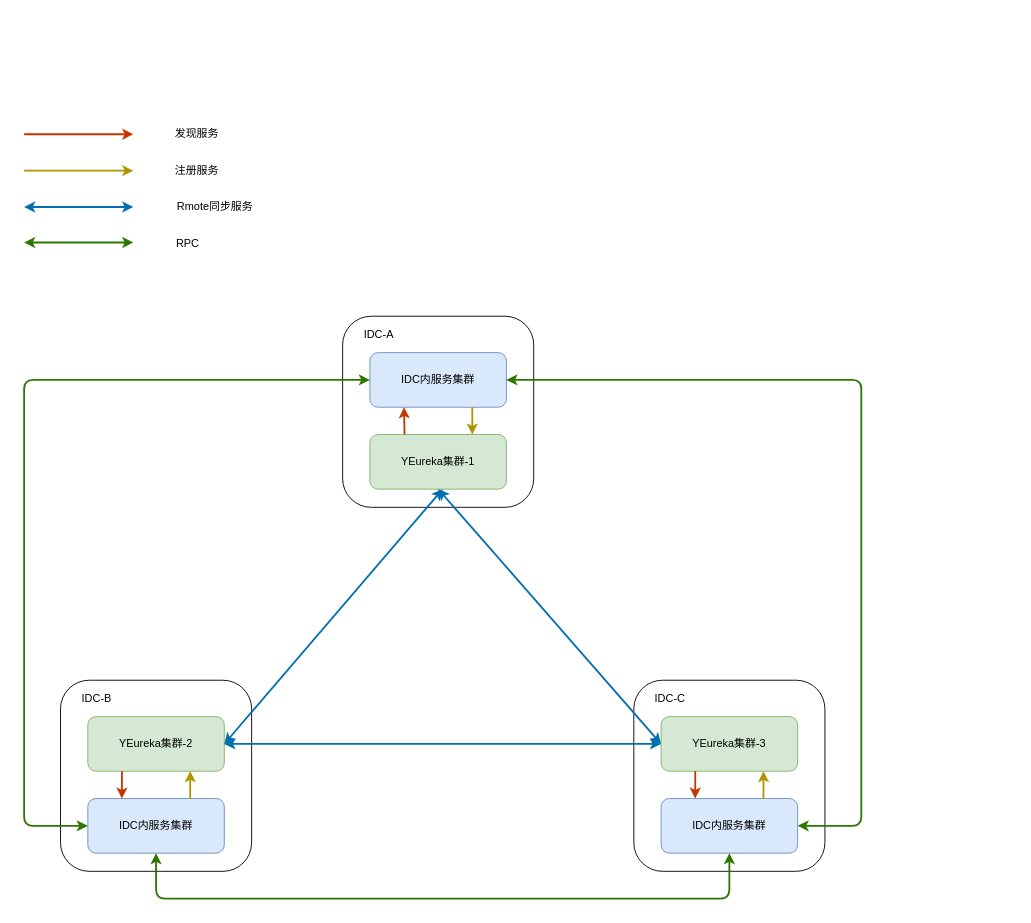
The draw.io diagram 发现服务去中心化拓扑图.drawio in Gred01/study, before the edit. Source tidied: cells renumbered, new cells numbered last; positions are measured from the earlier drawing's top-left corner, leaving out a move shared by most shapes. Both pictures are drawn from the tidied source at 91%, with x=0, y=0 at pixel (24, 125).
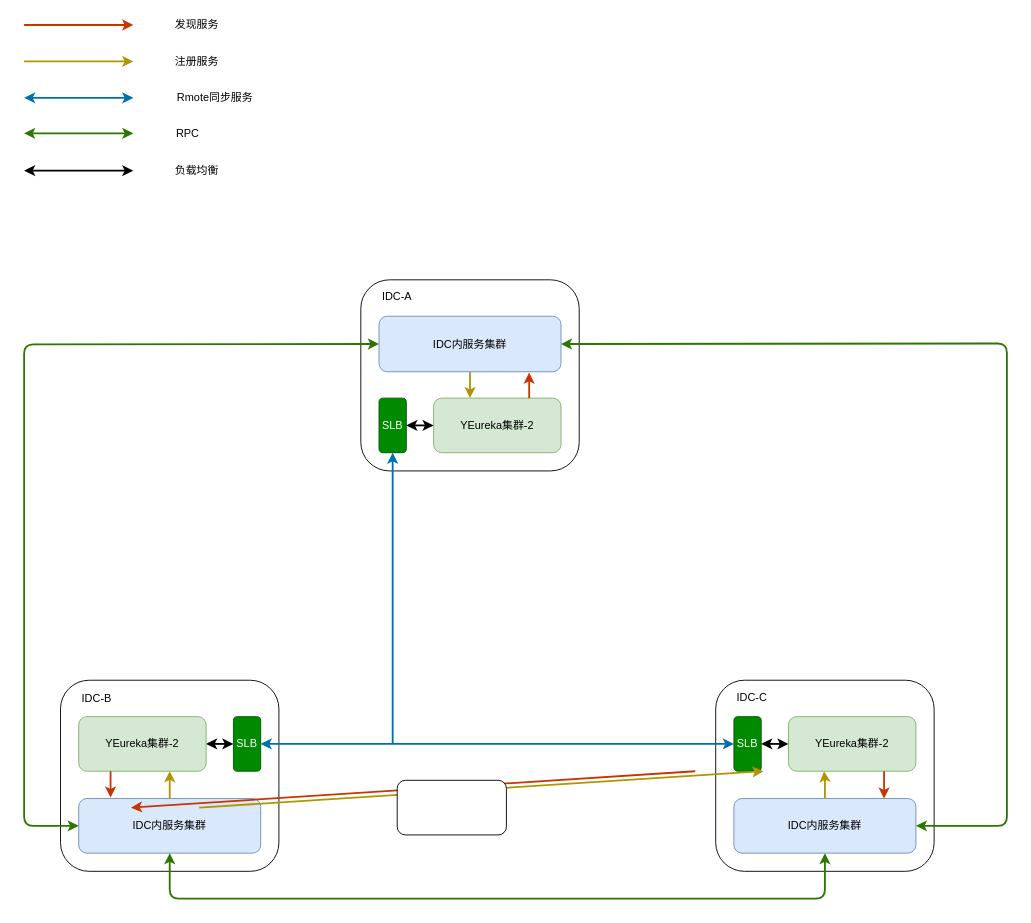
After the change.

Commit message:
Update 发现服务去中心化拓扑图.drawio

Diff of the diagram source:
```diff
@@
+    <mxCell id="13" value="IDC-A" style="text;html=1;strokeColor=none;fillColor=none;align=center;verticalAlign=middle;whiteSpace=wrap;rounded=0;" parent="1" vertex="1">
+      <mxGeometry x="370" y="220" width="40" height="20" as="geometry" />
+    </mxCell>
+    <mxCell id="34" style="group;rotation=0;" parent="1" vertex="1">
+      <mxGeometry x="370" y="170" width="240" height="210" as="geometry" />
+    </mxCell>
+    <mxCell id="35" style="rounded=1;whiteSpace=wrap;html=1;rotation=0;" parent="34" vertex="1">
+      <mxGeometry width="240" height="210" as="geometry" />
+    </mxCell>
+    <mxCell id="36" value="YEureka集群-2" style="rounded=1;whiteSpace=wrap;html=1;fillColor=#d5e8d4;strokeColor=#82b366;rotation=0;" parent="34" vertex="1">
+      <mxGeometry x="80" y="130" width="140" height="60" as="geometry" />
+    </mxCell>
+    <mxCell id="37" style="edgeStyle=orthogonalEdgeStyle;rounded=0;jettySize=auto;html=1;exitX=0.5;exitY=1;exitDx=0;exitDy=0;strokeWidth=2;fillColor=#e3c800;strokeColor=#B09500;" parent="34" edge="1" source="38">
+      <mxGeometry relative="1" as="geometry">
+        <mxPoint x="120" y="130" as="targetPoint" />
+      </mxGeometry>
+    </mxCell>
+    <mxCell id="38" value="IDC内服务集群" style="rounded=1;whiteSpace=wrap;html=1;fillColor=#dae8fc;strokeColor=#6c8ebf;rotation=0;" parent="34" vertex="1">
+      <mxGeometry x="20" y="40" width="200" height="61" as="geometry" />
+    </mxCell>
+    <mxCell id="39" value="IDC-A" style="text;html=1;strokeColor=none;fillColor=none;align=center;verticalAlign=middle;whiteSpace=wrap;rounded=0;rotation=0;" parent="34" vertex="1">
+      <mxGeometry x="20" y="9" width="40" height="20" as="geometry" />
+    </mxCell>
+    <mxCell id="40" value="SLB" style="rounded=1;whiteSpace=wrap;html=1;fillColor=#008a00;strokeColor=#005700;fontColor=#ffffff;rotation=0;" parent="34" vertex="1">
+      <mxGeometry x="20" y="130" width="30" height="60" as="geometry" />
+    </mxCell>
+    <mxCell id="41" style="endArrow=classic;startArrow=classic;html=1;strokeWidth=2;entryX=0;entryY=0.5;entryDx=0;entryDy=0;exitX=1;exitY=0.5;exitDx=0;exitDy=0;" parent="34" edge="1" source="40" target="36">
+      <mxGeometry relative="1" as="geometry" />
+    </mxCell>
+    <mxCell id="42" style="endArrow=classic;html=1;strokeWidth=2;exitX=0.75;exitY=0;exitDx=0;exitDy=0;fillColor=#fa6800;strokeColor=#C73500;entryX=0.825;entryY=1.016;entryDx=0;entryDy=0;entryPerimeter=0;" parent="34" edge="1" source="36" target="38">
+      <mxGeometry relative="1" as="geometry" />
+    </mxCell>
+    <mxCell id="43" style="group;rotation=0;" parent="1" vertex="1">
+      <mxGeometry x="760" y="610" width="240" height="210" as="geometry" />
+    </mxCell>
+    <mxCell id="44" style="rounded=1;whiteSpace=wrap;html=1;rotation=0;" parent="43" vertex="1">
+      <mxGeometry width="240" height="210" as="geometry" />
+    </mxCell>
+    <mxCell id="45" value="YEureka集群-2" style="rounded=1;whiteSpace=wrap;html=1;fillColor=#d5e8d4;strokeColor=#82b366;rotation=0;" parent="43" vertex="1">
+      <mxGeometry x="80" y="40" width="140" height="60" as="geometry" />
+    </mxCell>
+    <mxCell id="46" style="edgeStyle=orthogonalEdgeStyle;rounded=0;jettySize=auto;html=1;strokeWidth=2;fillColor=#e3c800;strokeColor=#B09500;" parent="43" edge="1" source="47">
+      <mxGeometry relative="1" as="geometry">
+        <mxPoint x="119" y="100" as="targetPoint" />
+      </mxGeometry>
+    </mxCell>
+    <mxCell id="47" value="IDC内服务集群" style="rounded=1;whiteSpace=wrap;html=1;fillColor=#dae8fc;strokeColor=#6c8ebf;rotation=0;" parent="43" vertex="1">
+      <mxGeometry x="20" y="130" width="200" height="60" as="geometry" />
+    </mxCell>
+    <mxCell id="9" value="IDC-C" style="text;html=1;strokeColor=none;fillColor=none;align=center;verticalAlign=middle;whiteSpace=wrap;rounded=0;rotation=0;" parent="43" vertex="1">
+      <mxGeometry x="20" y="9" width="40" height="20" as="geometry" />
+    </mxCell>
+    <mxCell id="48" style="endArrow=classic;html=1;strokeWidth=2;exitX=0.75;exitY=1;exitDx=0;exitDy=0;fillColor=#fa6800;strokeColor=#C73500;" parent="43" edge="1" source="45">
+      <mxGeometry relative="1" as="geometry">
+        <mxPoint x="185" y="130" as="targetPoint" />
+      </mxGeometry>
+    </mxCell>
+    <mxCell id="49" value="SLB" style="rounded=1;whiteSpace=wrap;html=1;fillColor=#008a00;strokeColor=#005700;fontColor=#ffffff;rotation=0;" parent="43" vertex="1">
+      <mxGeometry x="20" y="40" width="30" height="60" as="geometry" />
+    </mxCell>
+    <mxCell id="50" style="endArrow=classic;startArrow=classic;html=1;strokeWidth=2;" parent="43" edge="1" target="49">
+      <mxGeometry relative="1" as="geometry">
+        <mxPoint x="80" y="70" as="sourcePoint" />
+      </mxGeometry>
+    </mxCell>
     <mxCell id="2" style="rounded=1;whiteSpace=wrap;html=1;" parent="1" vertex="1">
-      <mxGeometry x="40" y="610" width="210" height="210" as="geometry" />
+      <mxGeometry x="40" y="610" width="240" height="210" as="geometry" />
     </mxCell>
     <mxCell id="3" value="YEureka集群-2" style="rounded=1;whiteSpace=wrap;html=1;fillColor=#d5e8d4;strokeColor=#82b366;" parent="1" vertex="1">
-      <mxGeometry x="70" y="650" width="150" height="60" as="geometry" />
+      <mxGeometry x="60" y="650" width="140" height="60" as="geometry" />
     </mxCell>
+    <mxCell id="51" style="edgeStyle=orthogonalEdgeStyle;rounded=0;jettySize=auto;html=1;strokeWidth=2;fillColor=#e3c800;strokeColor=#B09500;" parent="1" edge="1" source="4">
+      <mxGeometry relative="1" as="geometry">
+        <mxPoint x="160" y="710" as="targetPoint" />
+      </mxGeometry>
+    </mxCell>
     <mxCell id="4" value="IDC内服务集群" style="rounded=1;whiteSpace=wrap;html=1;fillColor=#dae8fc;strokeColor=#6c8ebf;" parent="1" vertex="1">
-      <mxGeometry x="70" y="740" width="150" height="60" as="geometry" />
+      <mxGeometry x="60" y="740" width="200" height="60" as="geometry" />
     </mxCell>
@@
-    <mxCell id="6" style="rounded=1;whiteSpace=wrap;html=1;" parent="1" vertex="1">
-      <mxGeometry x="670" y="610" width="210" height="210" as="geometry" />
-    </mxCell>
-    <mxCell id="7" value="YEureka集群-3" style="rounded=1;whiteSpace=wrap;html=1;fillColor=#d5e8d4;strokeColor=#82b366;" parent="1" vertex="1">
-      <mxGeometry x="700" y="650" width="150" height="60" as="geometry" />
-    </mxCell>
-    <mxCell id="8" value="IDC内服务集群" style="rounded=1;whiteSpace=wrap;html=1;fillColor=#dae8fc;strokeColor=#6c8ebf;" parent="1" vertex="1">
-      <mxGeometry x="700" y="740" width="150" height="60" as="geometry" />
-    </mxCell>
-    <mxCell id="9" value="IDC-C" style="text;html=1;strokeColor=none;fillColor=none;align=center;verticalAlign=middle;whiteSpace=wrap;rounded=0;" parent="1" vertex="1">
-      <mxGeometry x="690" y="620" width="40" height="20" as="geometry" />
-    </mxCell>
-    <mxCell id="10" style="rounded=1;whiteSpace=wrap;html=1;" parent="1" vertex="1">
-      <mxGeometry x="350" y="210" width="210" height="210" as="geometry" />
-    </mxCell>
-    <mxCell id="11" value="IDC内服务集群" style="rounded=1;whiteSpace=wrap;html=1;fillColor=#dae8fc;strokeColor=#6c8ebf;" parent="1" vertex="1">
-      <mxGeometry x="380" y="250" width="150" height="60" as="geometry" />
-    </mxCell>
-    <mxCell id="12" value="YEureka集群-1" style="rounded=1;whiteSpace=wrap;html=1;fillColor=#d5e8d4;strokeColor=#82b366;" parent="1" vertex="1">
-      <mxGeometry x="380" y="340" width="150" height="60" as="geometry" />
-    </mxCell>
-    <mxCell id="13" value="IDC-A" style="text;html=1;strokeColor=none;fillColor=none;align=center;verticalAlign=middle;whiteSpace=wrap;rounded=0;" parent="1" vertex="1">
-      <mxGeometry x="370" y="220" width="40" height="20" as="geometry" />
-    </mxCell>
-    <mxCell id="14" style="endArrow=classic;startArrow=classic;html=1;exitX=1;exitY=0.5;exitDx=0;exitDy=0;strokeWidth=2;fillColor=#1ba1e2;strokeColor=#006EAF;" parent="1" edge="1" source="3">
-      <mxGeometry relative="1" as="geometry">
-        <mxPoint x="460" y="400" as="targetPoint" />
-      </mxGeometry>
-    </mxCell>
-    <mxCell id="15" style="endArrow=classic;startArrow=classic;html=1;entryX=0.5;entryY=1;entryDx=0;entryDy=0;exitX=0;exitY=0.5;exitDx=0;exitDy=0;fillColor=#1ba1e2;strokeColor=#006EAF;strokeWidth=2;" parent="1" edge="1" source="7" target="12">
-      <mxGeometry relative="1" as="geometry" />
-    </mxCell>
-    <mxCell id="16" style="endArrow=classic;startArrow=classic;html=1;exitX=0;exitY=0.5;exitDx=0;exitDy=0;fillColor=#1ba1e2;strokeColor=#006EAF;strokeWidth=2;" parent="1" edge="1" source="7" target="3">
+    <mxCell id="16" style="endArrow=classic;startArrow=classic;html=1;fillColor=#1ba1e2;strokeColor=#006EAF;strokeWidth=2;entryX=1;entryY=0.5;entryDx=0;entryDy=0;" parent="1" edge="1" source="49" target="53">
       <mxGeometry relative="1" as="geometry" />
     </mxCell>
-    <mxCell id="17" style="endArrow=classic;html=1;strokeWidth=2;entryX=0.25;entryY=1;entryDx=0;entryDy=0;fillColor=#fa6800;strokeColor=#C73500;" parent="1" edge="1" target="11">
-      <mxGeometry relative="1" as="geometry">
-        <mxPoint x="418" y="340" as="sourcePoint" />
-      </mxGeometry>
-    </mxCell>
-    <mxCell id="18" style="endArrow=classic;html=1;strokeWidth=2;entryX=0.75;entryY=0;entryDx=0;entryDy=0;exitX=0.75;exitY=1;exitDx=0;exitDy=0;fillColor=#e3c800;strokeColor=#B09500;" parent="1" edge="1" source="11" target="12">
-      <mxGeometry relative="1" as="geometry" />
-    </mxCell>
-    <mxCell id="19" style="endArrow=classic;html=1;strokeWidth=2;entryX=0.25;entryY=0;entryDx=0;entryDy=0;exitX=0.25;exitY=1;exitDx=0;exitDy=0;fillColor=#fa6800;strokeColor=#C73500;" parent="1" edge="1" source="3" target="4">
-      <mxGeometry relative="1" as="geometry" />
+    <mxCell id="19" style="endArrow=classic;html=1;strokeWidth=2;exitX=0.25;exitY=1;exitDx=0;exitDy=0;fillColor=#fa6800;strokeColor=#C73500;" parent="1" edge="1" source="3">
+      <mxGeometry relative="1" as="geometry">
+        <mxPoint x="95" y="739" as="targetPoint" />
+      </mxGeometry>
     </mxCell>
-    <mxCell id="20" style="endArrow=classic;html=1;strokeWidth=2;entryX=0.75;entryY=1;entryDx=0;entryDy=0;exitX=0.75;exitY=0;exitDx=0;exitDy=0;fillColor=#e3c800;strokeColor=#B09500;" parent="1" edge="1" source="4" target="3">
-      <mxGeometry relative="1" as="geometry" />
-    </mxCell>
-    <mxCell id="21" style="endArrow=classic;html=1;strokeWidth=2;entryX=0.25;entryY=0;entryDx=0;entryDy=0;exitX=0.25;exitY=1;exitDx=0;exitDy=0;fillColor=#fa6800;strokeColor=#C73500;" parent="1" edge="1" source="7" target="8">
-      <mxGeometry relative="1" as="geometry" />
+    <mxCell id="21" style="endArrow=classic;html=1;strokeWidth=2;entryX=0.25;entryY=0;entryDx=0;entryDy=0;exitX=0.25;exitY=1;exitDx=0;exitDy=0;fillColor=#fa6800;strokeColor=#C73500;" parent="1" edge="1">
+      <mxGeometry relative="1" as="geometry">
+        <mxPoint x="737.5" y="710" as="sourcePoint" />
+        <mxPoint x="117.5" y="750" as="targetPoint" />
+      </mxGeometry>
     </mxCell>
-    <mxCell id="22" style="endArrow=classic;html=1;strokeWidth=2;entryX=0.75;entryY=1;entryDx=0;entryDy=0;exitX=0.75;exitY=0;exitDx=0;exitDy=0;fillColor=#e3c800;strokeColor=#B09500;" parent="1" edge="1" source="8" target="7">
-      <mxGeometry relative="1" as="geometry" />
+    <mxCell id="22" style="endArrow=classic;html=1;strokeWidth=2;entryX=0.75;entryY=1;entryDx=0;entryDy=0;exitX=0.75;exitY=0;exitDx=0;exitDy=0;fillColor=#e3c800;strokeColor=#B09500;" parent="1" edge="1">
+      <mxGeometry relative="1" as="geometry">
+        <mxPoint x="192.5" y="750" as="sourcePoint" />
+        <mxPoint x="812.5" y="710" as="targetPoint" />
+      </mxGeometry>
     </mxCell>
-    <mxCell id="23" style="endArrow=classic;startArrow=classic;html=1;strokeWidth=2;entryX=0;entryY=0.5;entryDx=0;entryDy=0;exitX=0;exitY=0.5;exitDx=0;exitDy=0;fillColor=#60a917;strokeColor=#2D7600;" parent="1" edge="1" source="11" target="4">
+    <mxCell id="23" style="endArrow=classic;startArrow=classic;html=1;strokeWidth=2;entryX=0;entryY=0.5;entryDx=0;entryDy=0;exitX=0;exitY=0.5;exitDx=0;exitDy=0;fillColor=#60a917;strokeColor=#2D7600;" parent="1" edge="1" source="38" target="4">
       <mxGeometry relative="1" as="geometry">
         <Array as="points">
-          <mxPoint y="280" />
+          <mxPoint y="241" />
           <mxPoint y="770" />
         </Array>
       </mxGeometry>
     </mxCell>
-    <mxCell id="24" style="endArrow=classic;startArrow=classic;html=1;strokeWidth=2;exitX=0.5;exitY=1;exitDx=0;exitDy=0;entryX=0.5;entryY=1;entryDx=0;entryDy=0;fillColor=#60a917;strokeColor=#2D7600;" parent="1" edge="1" source="4" target="8">
+    <mxCell id="24" style="endArrow=classic;startArrow=classic;html=1;strokeWidth=2;exitX=0.5;exitY=1;exitDx=0;exitDy=0;entryX=0.5;entryY=1;entryDx=0;entryDy=0;fillColor=#60a917;strokeColor=#2D7600;" parent="1" edge="1" source="4" target="47">
       <mxGeometry relative="1" as="geometry">
         <Array as="points">
-          <mxPoint x="145" y="850" />
-          <mxPoint x="775" y="850" />
+          <mxPoint x="160" y="850" />
+          <mxPoint x="880" y="850" />
         </Array>
       </mxGeometry>
     </mxCell>
-    <mxCell id="25" style="endArrow=classic;startArrow=classic;html=1;strokeWidth=2;entryX=1;entryY=0.5;entryDx=0;entryDy=0;exitX=1;exitY=0.5;exitDx=0;exitDy=0;fillColor=#60a917;strokeColor=#2D7600;" parent="1" edge="1" source="8" target="11">
+    <mxCell id="25" style="endArrow=classic;startArrow=classic;html=1;strokeWidth=2;entryX=1;entryY=0.5;entryDx=0;entryDy=0;fillColor=#60a917;strokeColor=#2D7600;exitX=1;exitY=0.5;exitDx=0;exitDy=0;" parent="1" edge="1" source="47" target="38">
       <mxGeometry relative="1" as="geometry">
         <Array as="points">
-          <mxPoint x="920" y="770" />
-          <mxPoint x="920" y="280" />
+          <mxPoint x="1080" y="770" />
+          <mxPoint x="1080" y="240" />
         </Array>
       </mxGeometry>
     </mxCell>
+    <mxCell id="52" style="rounded=1;whiteSpace=wrap;html=1;" parent="1" vertex="1">
+      <mxGeometry x="410" y="720" width="120" height="60" as="geometry" />
+    </mxCell>
+    <mxCell id="53" value="SLB" style="rounded=1;whiteSpace=wrap;html=1;fillColor=#008a00;strokeColor=#005700;fontColor=#ffffff;" parent="1" vertex="1">
+      <mxGeometry x="230" y="650" width="30" height="60" as="geometry" />
+    </mxCell>
+    <mxCell id="54" style="endArrow=classic;startArrow=classic;html=1;strokeWidth=2;" parent="1" edge="1" target="53">
+      <mxGeometry relative="1" as="geometry">
+        <mxPoint x="200" y="680" as="sourcePoint" />
+      </mxGeometry>
+    </mxCell>
+    <mxCell id="55" style="endArrow=classic;html=1;strokeWidth=2;fillColor=#1ba1e2;strokeColor=#006EAF;" parent="1" edge="1" target="40">
+      <mxGeometry relative="1" as="geometry">
+        <mxPoint x="405" y="680" as="sourcePoint" />
+      </mxGeometry>
+    </mxCell>
+    <mxCell id="56" style="group;" parent="1" vertex="1">
+      <mxGeometry y="-120" width="260" height="180" as="geometry" />
+    </mxCell>
-    <mxCell id="26" style="endArrow=classic;startArrow=classic;html=1;strokeWidth=2;fillColor=#1ba1e2;strokeColor=#006EAF;" parent="1" edge="1">
+    <mxCell id="26" style="endArrow=classic;startArrow=classic;html=1;strokeWidth=2;fillColor=#1ba1e2;strokeColor=#006EAF;" parent="56" edge="1">
       <mxGeometry relative="1" as="geometry">
         <mxPoint y="90" as="sourcePoint" />
         <mxPoint x="120" y="90" as="targetPoint" />
       </mxGeometry>
     </mxCell>
-    <mxCell id="27" style="endArrow=classic;html=1;strokeWidth=2;fillColor=#e3c800;strokeColor=#B09500;" parent="1" edge="1">
+    <mxCell id="27" style="endArrow=classic;html=1;strokeWidth=2;fillColor=#e3c800;strokeColor=#B09500;" parent="56" edge="1">
       <mxGeometry relative="1" as="geometry">
         <mxPoint y="50" as="sourcePoint" />
         <mxPoint x="120" y="50" as="targetPoint" />
       </mxGeometry>
     </mxCell>
-    <mxCell id="28" style="endArrow=classic;html=1;strokeWidth=2;fillColor=#fa6800;strokeColor=#C73500;" parent="1" edge="1">
+    <mxCell id="28" style="endArrow=classic;html=1;strokeWidth=2;fillColor=#fa6800;strokeColor=#C73500;" parent="56" edge="1">
       <mxGeometry relative="1" as="geometry">
         <mxPoint y="10" as="sourcePoint" />
         <mxPoint x="120" y="10" as="targetPoint" />
       </mxGeometry>
     </mxCell>
-    <mxCell id="29" style="endArrow=classic;startArrow=classic;html=1;strokeWidth=2;fillColor=#60a917;strokeColor=#2D7600;" parent="1" edge="1">
+    <mxCell id="29" style="endArrow=classic;startArrow=classic;html=1;strokeWidth=2;fillColor=#60a917;strokeColor=#2D7600;" parent="56" edge="1">
       <mxGeometry relative="1" as="geometry">
         <mxPoint y="129" as="sourcePoint" />
         <mxPoint x="120" y="129" as="targetPoint" />
       </mxGeometry>
     </mxCell>
-    <mxCell id="30" value="发现服务" style="text;html=1;strokeColor=none;fillColor=none;align=center;verticalAlign=middle;whiteSpace=wrap;rounded=0;" parent="1" vertex="1">
+    <mxCell id="30" value="发现服务" style="text;html=1;strokeColor=none;fillColor=none;align=center;verticalAlign=middle;whiteSpace=wrap;rounded=0;" parent="56" vertex="1">
       <mxGeometry x="160" width="60" height="20" as="geometry" />
     </mxCell>
-    <mxCell id="31" value="注册服务" style="text;html=1;strokeColor=none;fillColor=none;align=center;verticalAlign=middle;whiteSpace=wrap;rounded=0;" parent="1" vertex="1">
+    <mxCell id="31" value="注册服务" style="text;html=1;strokeColor=none;fillColor=none;align=center;verticalAlign=middle;whiteSpace=wrap;rounded=0;" parent="56" vertex="1">
       <mxGeometry x="160" y="40" width="60" height="20" as="geometry" />
     </mxCell>
-    <mxCell id="32" value="Rmote同步服务" style="text;html=1;strokeColor=none;fillColor=none;align=center;verticalAlign=middle;whiteSpace=wrap;rounded=0;" parent="1" vertex="1">
+    <mxCell id="32" value="Rmote同步服务" style="text;html=1;strokeColor=none;fillColor=none;align=center;verticalAlign=middle;whiteSpace=wrap;rounded=0;" parent="56" vertex="1">
       <mxGeometry x="160" y="80" width="100" height="20" as="geometry" />
     </mxCell>
-    <mxCell id="33" value="RPC" style="text;html=1;strokeColor=none;fillColor=none;align=center;verticalAlign=middle;whiteSpace=wrap;rounded=0;" parent="1" vertex="1">
+    <mxCell id="33" value="RPC" style="text;html=1;strokeColor=none;fillColor=none;align=center;verticalAlign=middle;whiteSpace=wrap;rounded=0;" parent="56" vertex="1">
       <mxGeometry x="160" y="120" width="40" height="20" as="geometry" />
     </mxCell>
+    <mxCell id="57" style="group;" parent="56" vertex="1">
+      <mxGeometry y="160" width="215" height="20" as="geometry" />
+    </mxCell>
+    <mxCell id="58" style="endArrow=classic;startArrow=classic;html=1;strokeWidth=2;" parent="57" edge="1">
+      <mxGeometry relative="1" as="geometry">
+        <mxPoint y="10" as="sourcePoint" />
+        <mxPoint x="120" y="10" as="targetPoint" />
+      </mxGeometry>
+    </mxCell>
+    <mxCell id="59" value="负载均衡" style="text;html=1;strokeColor=none;fillColor=none;align=center;verticalAlign=middle;whiteSpace=wrap;rounded=0;" parent="57" vertex="1">
+      <mxGeometry x="165" width="50" height="20" as="geometry" />
+    </mxCell>
```
